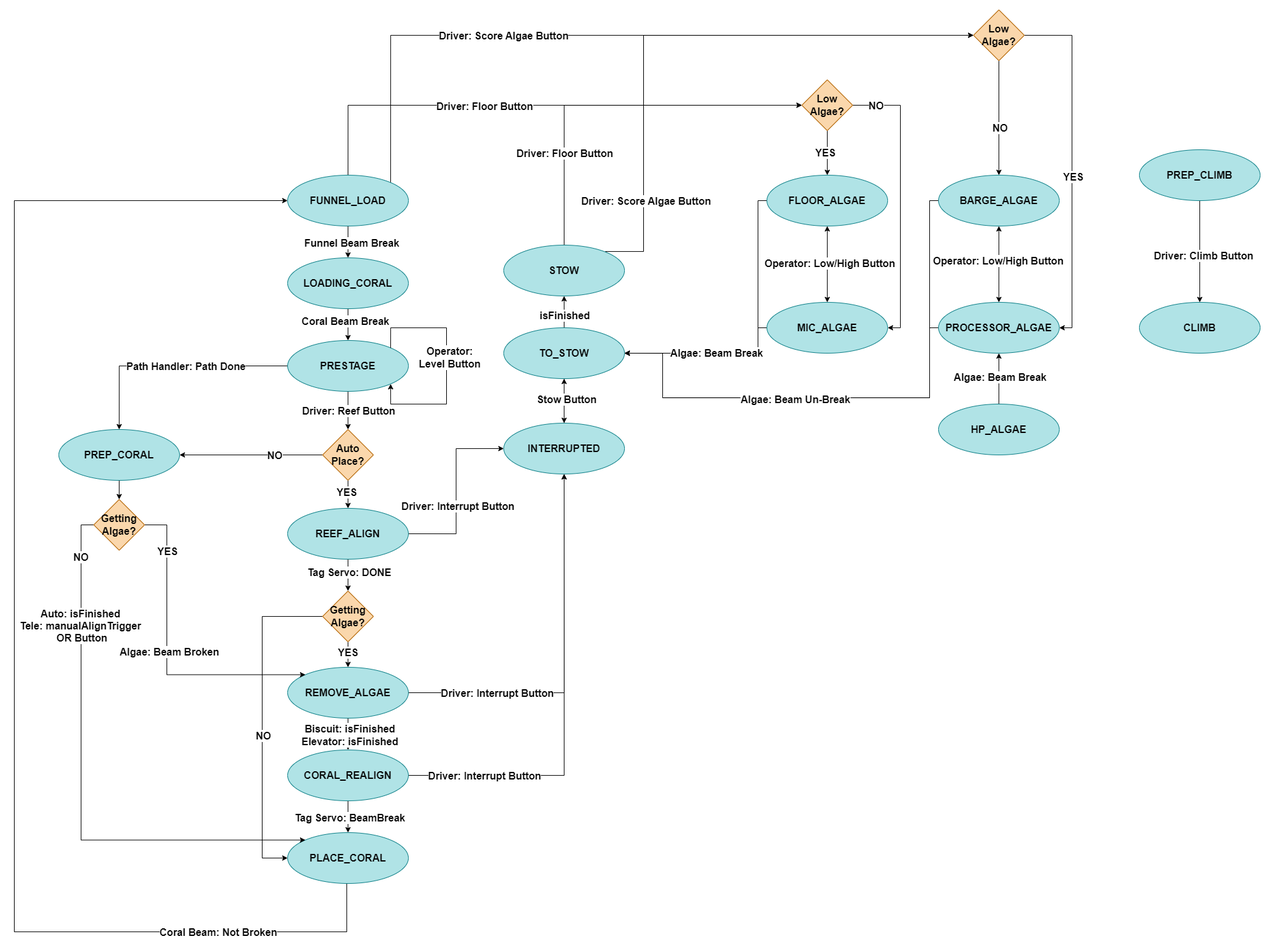
Above: docs/reefscape-RobotState-Light.png in strykeforce/reefscape (draw.io), before the change. Source tidied: cells renumbered, new cells last; positions are measured from the earlier drawing's top-left corner, leaving out a move shared by most shapes.
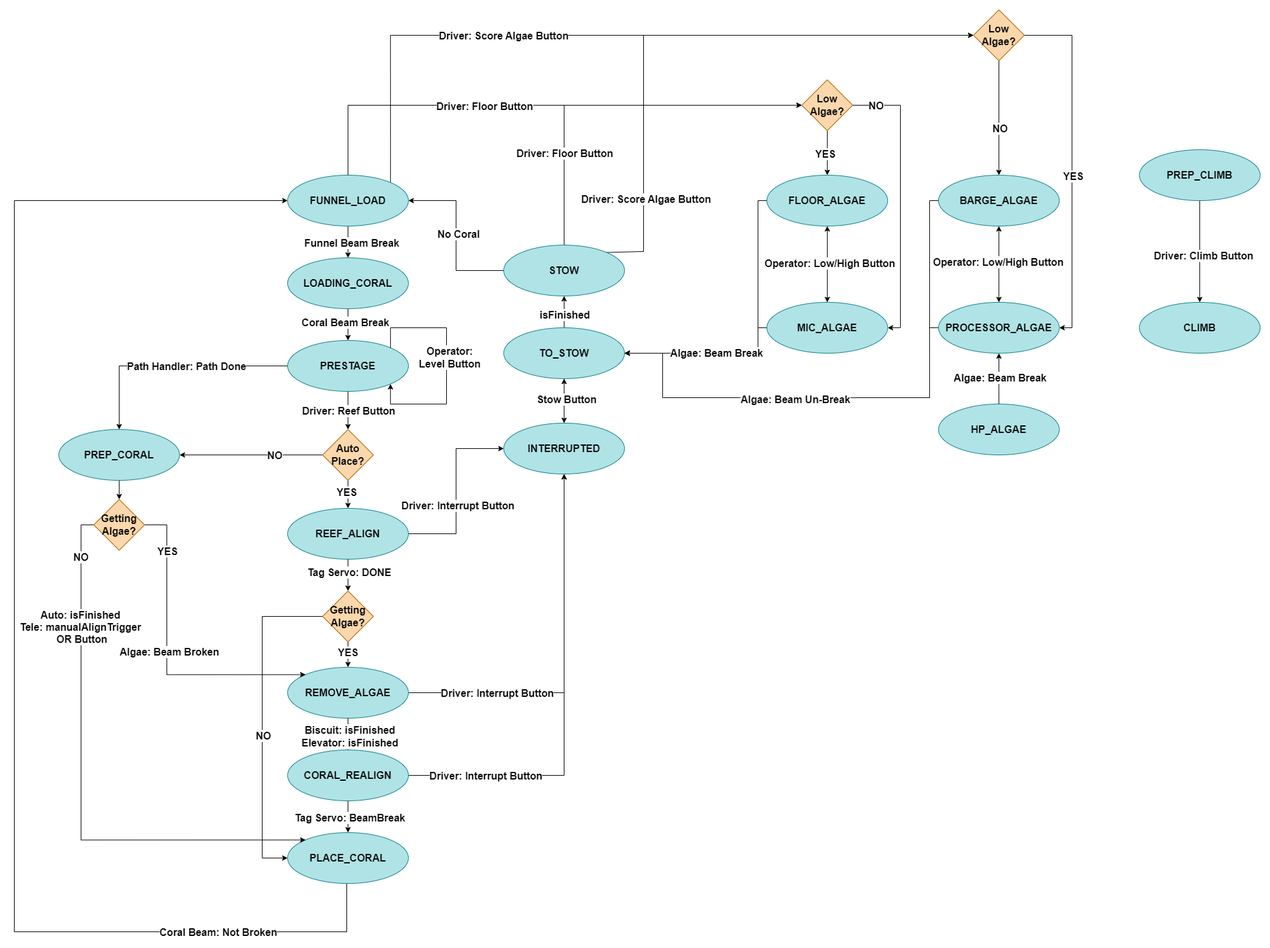
The same file after the commit.

Commit message:
update state machine

Change to the diagram source:
```diff
@@ -242,6 +242,14 @@
         <mxPoint y="97" as="offset" />
       </mxGeometry>
     </mxCell>
+    <mxCell id="99" style="edgeStyle=orthogonalEdgeStyle;rounded=0;jettySize=auto;html=1;exitX=0;exitY=0.5;exitDx=0;exitDy=0;entryX=1;entryY=0.5;entryDx=0;entryDy=0;" parent="1" edge="1" source="60" target="8">
+      <mxGeometry relative="1" as="geometry" />
+    </mxCell>
+    <mxCell id="100" value="&lt;b&gt;&lt;font style=&quot;font-size: 16px;&quot;&gt;No Coral&lt;/font&gt;&lt;/b&gt;" style="edgeLabel;html=1;align=center;verticalAlign=middle;" parent="99" vertex="1">
+      <mxGeometry x="0.02" y="-3" relative="1" as="geometry">
+        <mxPoint y="1" as="offset" />
+      </mxGeometry>
+    </mxCell>
     <mxCell id="60" value="STOW" style="ellipse;whiteSpace=wrap;html=1;fillColor=#b0e3e6;strokeColor=#0e8088;fontColor=#050505;fontStyle=1;fontSize=16;" parent="1" vertex="1">
       <mxGeometry x="770" y="370" width="190" height="80" as="geometry" />
     </mxCell>
```
